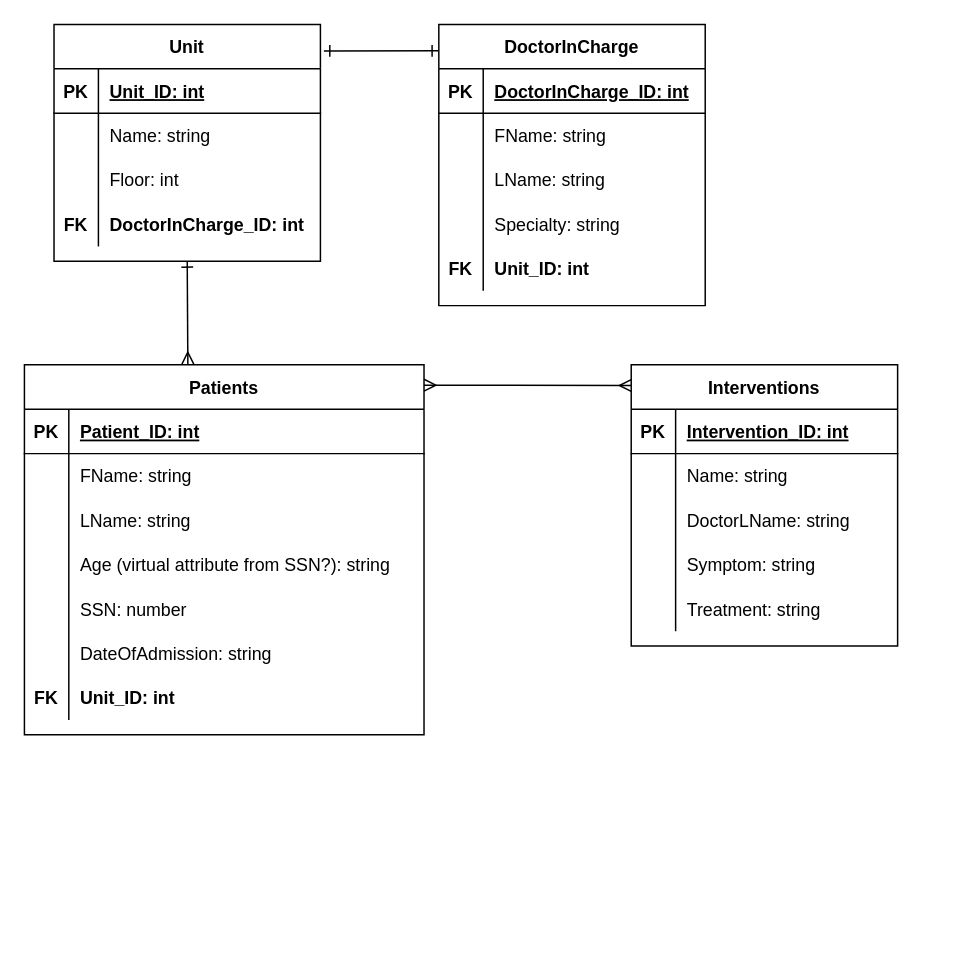
Above: page "Step 4 - Norm." (4 of 4) of exercise2.drawio in KateKatze/07.03_SQL (draw.io), before the change. Source tidied: cells renumbered, new cells numbered last; positions are measured from the earlier drawing's top-left corner, leaving out a move shared by most shapes. Both pictures are drawn from the tidied source at 148%, with x=0, y=0 at pixel (24, 24).
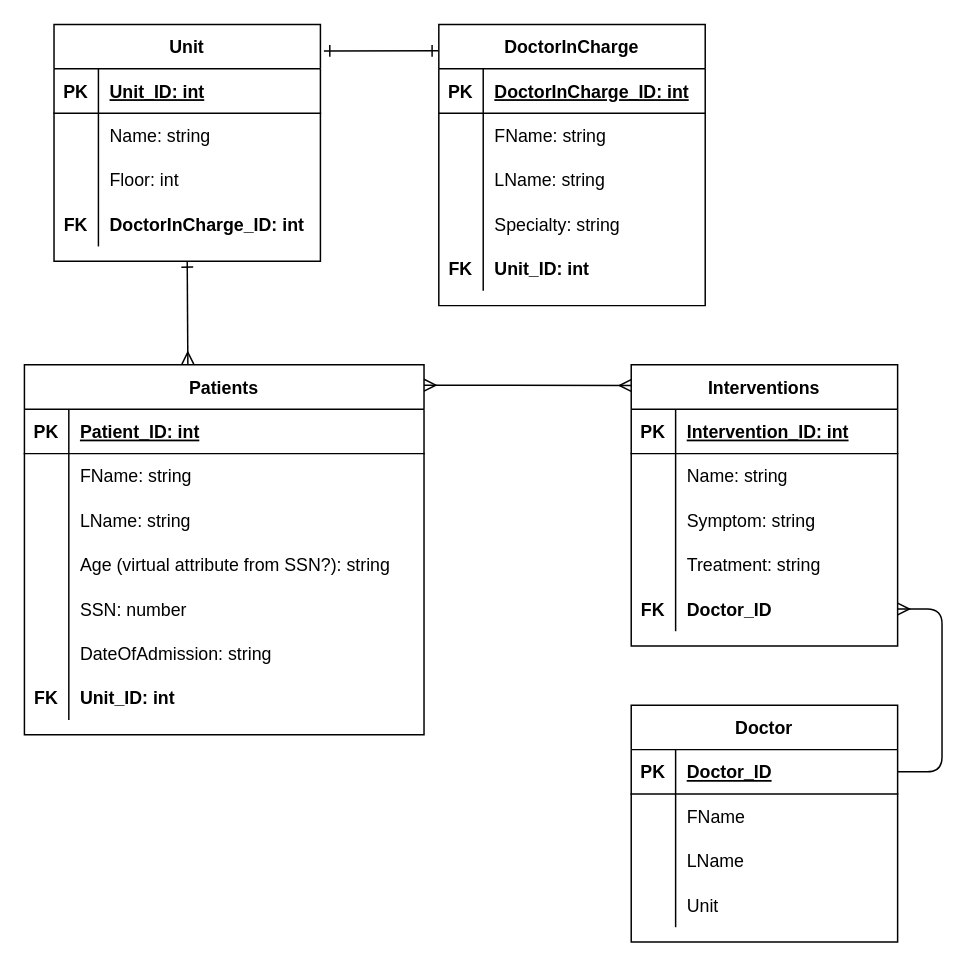
The same page after the edit.

The change refers to these unchanged cells:
```xml
<mxCell id="55" value="Interventions" style="shape=table;startSize=30;childLayout=tableLayout;rowLines=0;fontStyle=1;align=center;" parent="1" vertex="1">
  <mxGeometry x="410" y="230" width="180" height="190" as="geometry" />
</mxCell>
```

Change to the diagram source:
```diff
@@
-    <mxCell id="62" style="shape=partialRectangle;fillColor=none;top=0;left=0;bottom=0;right=0;" parent="55" vertex="1">
-      <mxGeometry y="90" width="180" height="30" as="geometry" />
-    </mxCell>
-    <mxCell id="63" style="shape=partialRectangle;fillColor=none;top=0;left=0;bottom=0;right=0;overflow=hidden;" parent="62" vertex="1">
-      <mxGeometry width="30" height="30" as="geometry" />
-    </mxCell>
-    <mxCell id="64" value="DoctorLName: string" style="shape=partialRectangle;fillColor=none;top=0;left=0;bottom=0;right=0;align=left;spacingLeft=6;overflow=hidden;" parent="62" vertex="1">
-      <mxGeometry x="30" width="150" height="30" as="geometry" />
-    </mxCell>
     <mxCell id="65" style="shape=partialRectangle;fillColor=none;top=0;left=0;bottom=0;right=0;" parent="55" vertex="1">
-      <mxGeometry y="120" width="180" height="30" as="geometry" />
+      <mxGeometry y="90" width="180" height="30" as="geometry" />
     </mxCell>
@@
     <mxCell id="68" style="shape=partialRectangle;fillColor=none;top=0;left=0;bottom=0;right=0;" parent="55" vertex="1">
-      <mxGeometry y="150" width="180" height="30" as="geometry" />
+      <mxGeometry y="120" width="180" height="30" as="geometry" />
     </mxCell>
@@
+    <mxCell id="72" style="shape=partialRectangle;fillColor=none;top=0;left=0;bottom=0;right=0;points=[[0,0.5],[1,0.5]];portConstraint=eastwest;" parent="55" vertex="1">
+      <mxGeometry y="150" width="180" height="30" as="geometry" />
+    </mxCell>
+    <mxCell id="73" value="FK" style="shape=partialRectangle;fillColor=none;top=0;left=0;bottom=0;right=0;overflow=hidden;fontStyle=1;" parent="72" vertex="1">
+      <mxGeometry width="30" height="30" as="geometry" />
+    </mxCell>
+    <mxCell id="74" value="Doctor_ID" style="shape=partialRectangle;fillColor=none;top=0;left=0;bottom=0;right=0;align=left;spacingLeft=6;overflow=hidden;fontStyle=1;" parent="72" vertex="1">
+      <mxGeometry x="30" width="150" height="30" as="geometry" />
+    </mxCell>
@@
+    <mxCell id="75" value="Doctor" style="shape=table;startSize=30;childLayout=tableLayout;rowLines=0;fontStyle=1;align=center;" parent="1" vertex="1">
+      <mxGeometry x="410" y="460" width="180" height="160" as="geometry" />
+    </mxCell>
+    <mxCell id="76" style="shape=partialRectangle;fillColor=none;top=0;left=0;bottom=1;right=0;points=[[0,0.5],[1,0.5]];portConstraint=eastwest;" parent="75" vertex="1">
+      <mxGeometry y="30" width="180" height="30" as="geometry" />
+    </mxCell>
+    <mxCell id="77" value="PK" style="shape=partialRectangle;fillColor=none;top=0;left=0;bottom=0;right=0;fontStyle=1;overflow=hidden;" parent="76" vertex="1">
+      <mxGeometry width="30" height="30" as="geometry" />
+    </mxCell>
+    <mxCell id="78" value="Doctor_ID" style="shape=partialRectangle;fillColor=none;top=0;left=0;bottom=0;right=0;align=left;spacingLeft=6;fontStyle=5;overflow=hidden;" parent="76" vertex="1">
+      <mxGeometry x="30" width="150" height="30" as="geometry" />
+    </mxCell>
+    <mxCell id="79" style="shape=partialRectangle;fillColor=none;top=0;left=0;bottom=0;right=0;" parent="75" vertex="1">
+      <mxGeometry y="60" width="180" height="30" as="geometry" />
+    </mxCell>
+    <mxCell id="80" style="shape=partialRectangle;fillColor=none;top=0;left=0;bottom=0;right=0;overflow=hidden;" parent="79" vertex="1">
+      <mxGeometry width="30" height="30" as="geometry" />
+    </mxCell>
+    <mxCell id="81" value="FName" style="shape=partialRectangle;fillColor=none;top=0;left=0;bottom=0;right=0;align=left;spacingLeft=6;overflow=hidden;" parent="79" vertex="1">
+      <mxGeometry x="30" width="150" height="30" as="geometry" />
+    </mxCell>
+    <mxCell id="62" style="shape=partialRectangle;fillColor=none;top=0;left=0;bottom=0;right=0;" parent="75" vertex="1">
+      <mxGeometry y="90" width="180" height="30" as="geometry" />
+    </mxCell>
+    <mxCell id="82" style="shape=partialRectangle;fillColor=none;top=0;left=0;bottom=0;right=0;overflow=hidden;" parent="62" vertex="1">
+      <mxGeometry width="30" height="30" as="geometry" />
+    </mxCell>
+    <mxCell id="83" value="LName" style="shape=partialRectangle;fillColor=none;top=0;left=0;bottom=0;right=0;align=left;spacingLeft=6;overflow=hidden;" parent="62" vertex="1">
+      <mxGeometry x="30" width="150" height="30" as="geometry" />
+    </mxCell>
+    <mxCell id="84" style="shape=partialRectangle;fillColor=none;top=0;left=0;bottom=0;right=0;" parent="75" vertex="1">
+      <mxGeometry y="120" width="180" height="30" as="geometry" />
+    </mxCell>
+    <mxCell id="85" style="shape=partialRectangle;fillColor=none;top=0;left=0;bottom=0;right=0;overflow=hidden;" parent="84" vertex="1">
+      <mxGeometry width="30" height="30" as="geometry" />
+    </mxCell>
+    <mxCell id="86" value="Unit" style="shape=partialRectangle;fillColor=none;top=0;left=0;bottom=0;right=0;align=left;spacingLeft=6;overflow=hidden;" parent="84" vertex="1">
+      <mxGeometry x="30" width="150" height="30" as="geometry" />
+    </mxCell>
+    <mxCell id="87" style="edgeStyle=none;html=1;exitX=1;exitY=0.5;exitDx=0;exitDy=0;entryX=1;entryY=0.5;entryDx=0;entryDy=0;endArrow=ERmany;endFill=0;" parent="1" edge="1" source="76" target="72">
+      <mxGeometry relative="1" as="geometry">
+        <Array as="points">
+          <mxPoint x="620" y="505" />
+          <mxPoint x="620" y="395" />
+        </Array>
+      </mxGeometry>
+    </mxCell>
```
